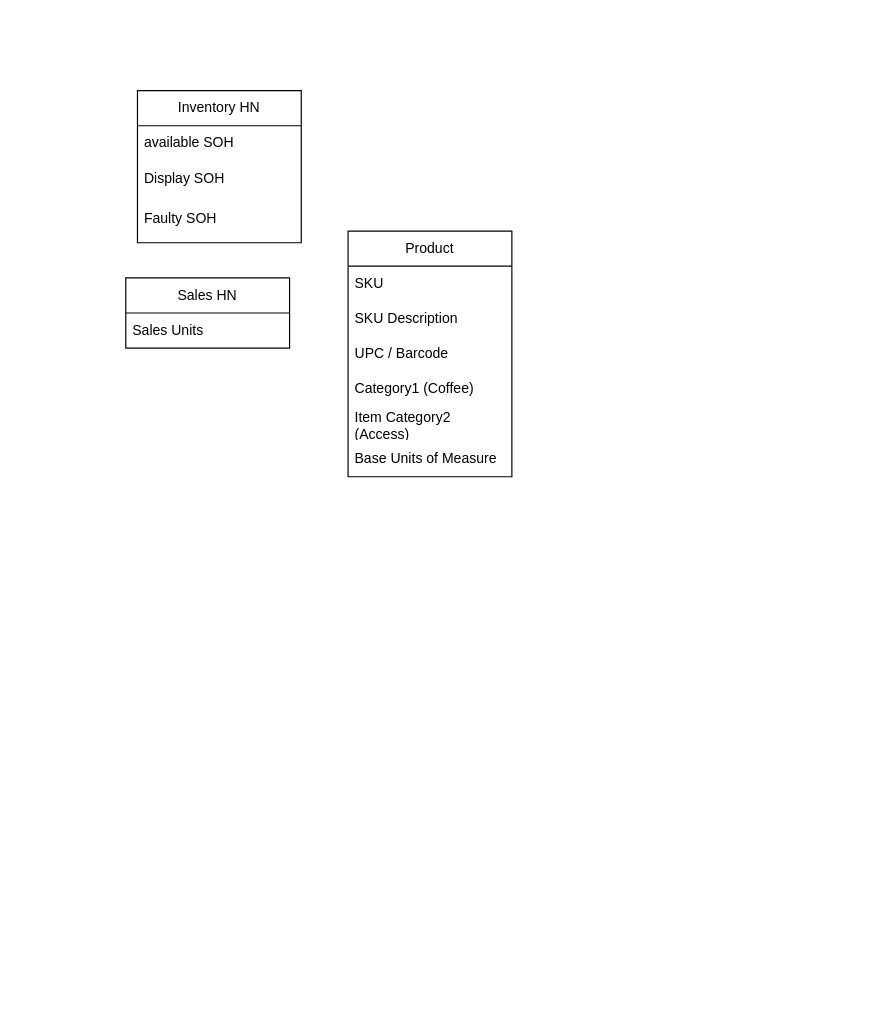
Before: Jura.drawio in Ben47happyday/ben, a draw.io diagram. Source tidied: cells renumbered, new cells numbered last; positions are measured from the earlier drawing's top-left corner, leaving out a move shared by most shapes. Both pictures are drawn from the tidied source at 117%, with x=0, y=0 at pixel (125, 90).
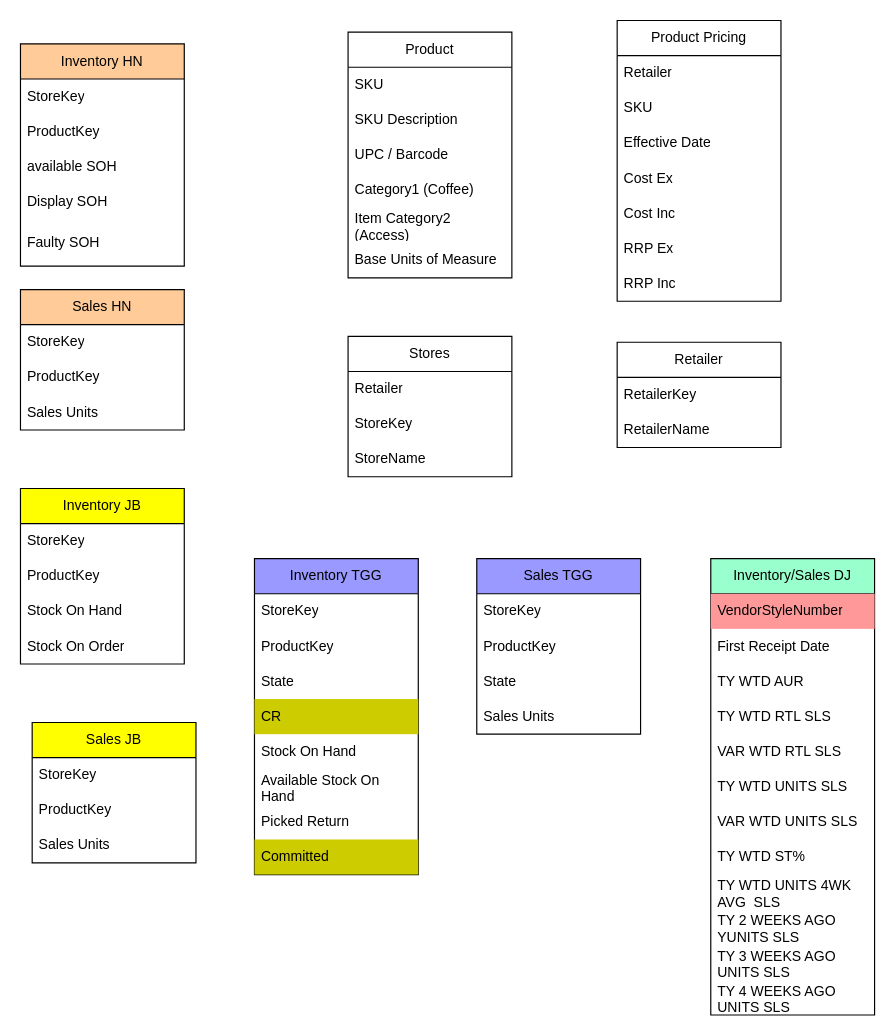
Above is the later version.

The edit, as a diff of the source:
```diff
@@
-    <mxCell id="2" value="Inventory HN" style="swimlane;fontStyle=0;horizontal=1;startSize=30;whiteSpace=wrap;html=1;" parent="1" vertex="1">
-      <mxGeometry x="10" width="140" height="130" as="geometry" />
+    <mxCell id="2" value="Inventory HN" style="swimlane;fontStyle=0;horizontal=1;startSize=30;whiteSpace=wrap;html=1;fillColor=#FFCC99;" parent="1" vertex="1">
+      <mxGeometry x="-90" y="-40" width="140" height="190" as="geometry" />
     </mxCell>
+    <mxCell id="15" value="StoreKey" style="text;strokeColor=none;fillColor=none;align=left;verticalAlign=middle;spacingLeft=4;spacingRight=4;overflow=hidden;whiteSpace=wrap;html=1;" parent="2" vertex="1">
+      <mxGeometry y="30" width="140" height="30" as="geometry" />
+    </mxCell>
-    <mxCell id="3" value="available SOH" style="text;strokeColor=none;fillColor=none;align=left;verticalAlign=middle;spacingLeft=4;spacingRight=4;overflow=hidden;whiteSpace=wrap;html=1;" parent="2" vertex="1">
-      <mxGeometry y="30" width="140" height="30" as="geometry" />
+    <mxCell id="3" value="ProductKey" style="text;strokeColor=none;fillColor=none;align=left;verticalAlign=middle;spacingLeft=4;spacingRight=4;overflow=hidden;whiteSpace=wrap;html=1;" parent="2" vertex="1">
+      <mxGeometry y="60" width="140" height="30" as="geometry" />
     </mxCell>
+    <mxCell id="16" value="available SOH" style="text;strokeColor=none;fillColor=none;align=left;verticalAlign=middle;spacingLeft=4;spacingRight=4;overflow=hidden;whiteSpace=wrap;html=1;" parent="2" vertex="1">
+      <mxGeometry y="90" width="140" height="30" as="geometry" />
+    </mxCell>
     <mxCell id="4" value="Display SOH" style="text;strokeColor=none;fillColor=none;align=left;verticalAlign=middle;spacingLeft=4;spacingRight=4;overflow=hidden;whiteSpace=wrap;html=1;" parent="2" vertex="1">
-      <mxGeometry y="60" width="140" height="30" as="geometry" />
+      <mxGeometry y="120" width="140" height="30" as="geometry" />
     </mxCell>
     <mxCell id="5" value="Faulty SOH" style="text;strokeColor=none;fillColor=none;align=left;verticalAlign=middle;spacingLeft=4;spacingRight=4;overflow=hidden;whiteSpace=wrap;html=1;" parent="2" vertex="1">
-      <mxGeometry y="90" width="140" height="40" as="geometry" />
+      <mxGeometry y="150" width="140" height="40" as="geometry" />
     </mxCell>
-    <mxCell id="6" value="Sales HN" style="swimlane;fontStyle=0;horizontal=1;startSize=30;whiteSpace=wrap;html=1;" parent="1" vertex="1">
-      <mxGeometry y="160" width="140" height="60" as="geometry" />
+    <mxCell id="6" value="Sales HN" style="swimlane;fontStyle=0;horizontal=1;startSize=30;whiteSpace=wrap;html=1;fillColor=#FFCC99;" parent="1" vertex="1">
+      <mxGeometry x="-90" y="170" width="140" height="120" as="geometry" />
     </mxCell>
-    <mxCell id="7" value="Sales Units" style="text;strokeColor=none;fillColor=none;align=left;verticalAlign=middle;spacingLeft=4;spacingRight=4;overflow=hidden;whiteSpace=wrap;html=1;" parent="6" vertex="1">
+    <mxCell id="7" value="StoreKey" style="text;strokeColor=none;fillColor=none;align=left;verticalAlign=middle;spacingLeft=4;spacingRight=4;overflow=hidden;whiteSpace=wrap;html=1;" parent="6" vertex="1">
       <mxGeometry y="30" width="140" height="30" as="geometry" />
     </mxCell>
+    <mxCell id="17" value="ProductKey" style="text;strokeColor=none;fillColor=none;align=left;verticalAlign=middle;spacingLeft=4;spacingRight=4;overflow=hidden;whiteSpace=wrap;html=1;" parent="6" vertex="1">
+      <mxGeometry y="60" width="140" height="30" as="geometry" />
+    </mxCell>
+    <mxCell id="18" value="Sales Units" style="text;strokeColor=none;fillColor=none;align=left;verticalAlign=middle;spacingLeft=4;spacingRight=4;overflow=hidden;whiteSpace=wrap;html=1;" parent="6" vertex="1">
+      <mxGeometry y="90" width="140" height="30" as="geometry" />
+    </mxCell>
     <mxCell id="8" value="Product" style="swimlane;fontStyle=0;horizontal=1;startSize=30;whiteSpace=wrap;html=1;" parent="1" vertex="1">
-      <mxGeometry x="190" y="120" width="140" height="210" as="geometry" />
+      <mxGeometry x="190" y="-50" width="140" height="210" as="geometry" />
     </mxCell>
@@
+    <mxCell id="19" value="Product Pricing" style="swimlane;fontStyle=0;horizontal=1;startSize=30;whiteSpace=wrap;html=1;" parent="1" vertex="1">
+      <mxGeometry x="420" y="-60" width="140" height="240" as="geometry" />
+    </mxCell>
+    <mxCell id="20" value="Retailer" style="text;strokeColor=none;fillColor=none;align=left;verticalAlign=middle;spacingLeft=4;spacingRight=4;overflow=hidden;whiteSpace=wrap;html=1;" parent="19" vertex="1">
+      <mxGeometry y="30" width="140" height="30" as="geometry" />
+    </mxCell>
+    <mxCell id="21" value="SKU" style="text;strokeColor=none;fillColor=none;align=left;verticalAlign=middle;spacingLeft=4;spacingRight=4;overflow=hidden;whiteSpace=wrap;html=1;" parent="19" vertex="1">
+      <mxGeometry y="60" width="140" height="30" as="geometry" />
+    </mxCell>
+    <mxCell id="22" value="Effective Date" style="text;strokeColor=none;fillColor=none;align=left;verticalAlign=middle;spacingLeft=4;spacingRight=4;overflow=hidden;whiteSpace=wrap;html=1;" parent="19" vertex="1">
+      <mxGeometry y="90" width="140" height="30" as="geometry" />
+    </mxCell>
+    <mxCell id="23" value="Cost Ex" style="text;strokeColor=none;fillColor=none;align=left;verticalAlign=middle;spacingLeft=4;spacingRight=4;overflow=hidden;whiteSpace=wrap;html=1;" parent="19" vertex="1">
+      <mxGeometry y="120" width="140" height="30" as="geometry" />
+    </mxCell>
+    <mxCell id="24" value="Cost Inc" style="text;strokeColor=none;fillColor=none;align=left;verticalAlign=middle;spacingLeft=4;spacingRight=4;overflow=hidden;whiteSpace=wrap;html=1;" parent="19" vertex="1">
+      <mxGeometry y="150" width="140" height="30" as="geometry" />
+    </mxCell>
+    <mxCell id="25" value="RRP Ex" style="text;strokeColor=none;fillColor=none;align=left;verticalAlign=middle;spacingLeft=4;spacingRight=4;overflow=hidden;whiteSpace=wrap;html=1;" parent="19" vertex="1">
+      <mxGeometry y="180" width="140" height="30" as="geometry" />
+    </mxCell>
+    <mxCell id="26" value="RRP Inc" style="text;strokeColor=none;fillColor=none;align=left;verticalAlign=middle;spacingLeft=4;spacingRight=4;overflow=hidden;whiteSpace=wrap;html=1;" parent="19" vertex="1">
+      <mxGeometry y="210" width="140" height="30" as="geometry" />
+    </mxCell>
+    <mxCell id="27" value="Stores" style="swimlane;fontStyle=0;horizontal=1;startSize=30;whiteSpace=wrap;html=1;" parent="1" vertex="1">
+      <mxGeometry x="190" y="210" width="140" height="120" as="geometry" />
+    </mxCell>
+    <mxCell id="28" value="Retailer" style="text;strokeColor=none;fillColor=none;align=left;verticalAlign=middle;spacingLeft=4;spacingRight=4;overflow=hidden;whiteSpace=wrap;html=1;" parent="27" vertex="1">
+      <mxGeometry y="30" width="140" height="30" as="geometry" />
+    </mxCell>
+    <mxCell id="29" value="StoreKey" style="text;strokeColor=none;fillColor=none;align=left;verticalAlign=middle;spacingLeft=4;spacingRight=4;overflow=hidden;whiteSpace=wrap;html=1;" parent="27" vertex="1">
+      <mxGeometry y="60" width="140" height="30" as="geometry" />
+    </mxCell>
+    <mxCell id="30" value="StoreName" style="text;strokeColor=none;fillColor=none;align=left;verticalAlign=middle;spacingLeft=4;spacingRight=4;overflow=hidden;whiteSpace=wrap;html=1;" parent="27" vertex="1">
+      <mxGeometry y="90" width="140" height="30" as="geometry" />
+    </mxCell>
+    <mxCell id="31" value="Retailer" style="swimlane;fontStyle=0;horizontal=1;startSize=30;whiteSpace=wrap;html=1;" parent="1" vertex="1">
+      <mxGeometry x="420" y="215" width="140" height="90" as="geometry" />
+    </mxCell>
+    <mxCell id="32" value="RetailerKey" style="text;strokeColor=none;fillColor=none;align=left;verticalAlign=middle;spacingLeft=4;spacingRight=4;overflow=hidden;whiteSpace=wrap;html=1;" parent="31" vertex="1">
+      <mxGeometry y="30" width="140" height="30" as="geometry" />
+    </mxCell>
+    <mxCell id="33" value="RetailerName" style="text;strokeColor=none;fillColor=none;align=left;verticalAlign=middle;spacingLeft=4;spacingRight=4;overflow=hidden;whiteSpace=wrap;html=1;" parent="31" vertex="1">
+      <mxGeometry y="60" width="140" height="30" as="geometry" />
+    </mxCell>
+    <mxCell id="34" value="Inventory JB" style="swimlane;fontStyle=0;horizontal=1;startSize=30;whiteSpace=wrap;html=1;fillColor=#FFFF00;" parent="1" vertex="1">
+      <mxGeometry x="-90" y="340" width="140" height="150" as="geometry" />
+    </mxCell>
+    <mxCell id="35" value="StoreKey" style="text;strokeColor=none;fillColor=none;align=left;verticalAlign=middle;spacingLeft=4;spacingRight=4;overflow=hidden;whiteSpace=wrap;html=1;" parent="34" vertex="1">
+      <mxGeometry y="30" width="140" height="30" as="geometry" />
+    </mxCell>
+    <mxCell id="36" value="ProductKey" style="text;strokeColor=none;fillColor=none;align=left;verticalAlign=middle;spacingLeft=4;spacingRight=4;overflow=hidden;whiteSpace=wrap;html=1;" parent="34" vertex="1">
+      <mxGeometry y="60" width="140" height="30" as="geometry" />
+    </mxCell>
+    <mxCell id="37" value="Stock On Hand" style="text;strokeColor=none;fillColor=none;align=left;verticalAlign=middle;spacingLeft=4;spacingRight=4;overflow=hidden;whiteSpace=wrap;html=1;" parent="34" vertex="1">
+      <mxGeometry y="90" width="140" height="30" as="geometry" />
+    </mxCell>
+    <mxCell id="38" value="Stock On Order" style="text;strokeColor=none;fillColor=none;align=left;verticalAlign=middle;spacingLeft=4;spacingRight=4;overflow=hidden;whiteSpace=wrap;html=1;" parent="34" vertex="1">
+      <mxGeometry y="120" width="140" height="30" as="geometry" />
+    </mxCell>
+    <mxCell id="39" value="Sales JB" style="swimlane;fontStyle=0;horizontal=1;startSize=30;whiteSpace=wrap;html=1;fillColor=#FFFF00;" parent="1" vertex="1">
+      <mxGeometry x="-80" y="540" width="140" height="120" as="geometry" />
+    </mxCell>
+    <mxCell id="40" value="StoreKey" style="text;strokeColor=none;fillColor=none;align=left;verticalAlign=middle;spacingLeft=4;spacingRight=4;overflow=hidden;whiteSpace=wrap;html=1;" parent="39" vertex="1">
+      <mxGeometry y="30" width="140" height="30" as="geometry" />
+    </mxCell>
+    <mxCell id="41" value="ProductKey" style="text;strokeColor=none;fillColor=none;align=left;verticalAlign=middle;spacingLeft=4;spacingRight=4;overflow=hidden;whiteSpace=wrap;html=1;" parent="39" vertex="1">
+      <mxGeometry y="60" width="140" height="30" as="geometry" />
+    </mxCell>
+    <mxCell id="42" value="Sales Units" style="text;strokeColor=none;fillColor=none;align=left;verticalAlign=middle;spacingLeft=4;spacingRight=4;overflow=hidden;whiteSpace=wrap;html=1;" parent="39" vertex="1">
+      <mxGeometry y="90" width="140" height="30" as="geometry" />
+    </mxCell>
+    <mxCell id="43" value="Inventory TGG" style="swimlane;fontStyle=0;horizontal=1;startSize=30;whiteSpace=wrap;html=1;fillColor=#9999FF;" parent="1" vertex="1">
+      <mxGeometry x="110" y="400" width="140" height="270" as="geometry" />
+    </mxCell>
+    <mxCell id="44" value="StoreKey" style="text;strokeColor=none;fillColor=none;align=left;verticalAlign=middle;spacingLeft=4;spacingRight=4;overflow=hidden;whiteSpace=wrap;html=1;" parent="43" vertex="1">
+      <mxGeometry y="30" width="140" height="30" as="geometry" />
+    </mxCell>
+    <mxCell id="45" value="ProductKey" style="text;strokeColor=none;fillColor=none;align=left;verticalAlign=middle;spacingLeft=4;spacingRight=4;overflow=hidden;whiteSpace=wrap;html=1;" parent="43" vertex="1">
+      <mxGeometry y="60" width="140" height="30" as="geometry" />
+    </mxCell>
+    <mxCell id="46" value="State" style="text;strokeColor=none;fillColor=none;align=left;verticalAlign=middle;spacingLeft=4;spacingRight=4;overflow=hidden;whiteSpace=wrap;html=1;" parent="43" vertex="1">
+      <mxGeometry y="90" width="140" height="30" as="geometry" />
+    </mxCell>
+    <mxCell id="47" value="CR" style="text;strokeColor=none;fillColor=#CCCC00;align=left;verticalAlign=middle;spacingLeft=4;spacingRight=4;overflow=hidden;whiteSpace=wrap;html=1;" parent="43" vertex="1">
+      <mxGeometry y="120" width="140" height="30" as="geometry" />
+    </mxCell>
+    <mxCell id="48" value="Stock On Hand" style="text;strokeColor=none;fillColor=none;align=left;verticalAlign=middle;spacingLeft=4;spacingRight=4;overflow=hidden;whiteSpace=wrap;html=1;" parent="43" vertex="1">
+      <mxGeometry y="150" width="140" height="30" as="geometry" />
+    </mxCell>
+    <mxCell id="49" value="Available Stock On Hand" style="text;strokeColor=none;fillColor=none;align=left;verticalAlign=middle;spacingLeft=4;spacingRight=4;overflow=hidden;whiteSpace=wrap;html=1;" parent="43" vertex="1">
+      <mxGeometry y="180" width="140" height="30" as="geometry" />
+    </mxCell>
+    <mxCell id="50" value="Picked Return" style="text;strokeColor=none;fillColor=none;align=left;verticalAlign=middle;spacingLeft=4;spacingRight=4;overflow=hidden;whiteSpace=wrap;html=1;" parent="43" vertex="1">
+      <mxGeometry y="210" width="140" height="30" as="geometry" />
+    </mxCell>
+    <mxCell id="51" value="Committed" style="text;strokeColor=none;fillColor=#CCCC00;align=left;verticalAlign=middle;spacingLeft=4;spacingRight=4;overflow=hidden;whiteSpace=wrap;html=1;" parent="43" vertex="1">
+      <mxGeometry y="240" width="140" height="30" as="geometry" />
+    </mxCell>
+    <mxCell id="52" value="Sales TGG" style="swimlane;fontStyle=0;horizontal=1;startSize=30;whiteSpace=wrap;html=1;fillColor=#9999FF;" parent="1" vertex="1">
+      <mxGeometry x="300" y="400" width="140" height="150" as="geometry" />
+    </mxCell>
+    <mxCell id="53" value="StoreKey" style="text;strokeColor=none;fillColor=none;align=left;verticalAlign=middle;spacingLeft=4;spacingRight=4;overflow=hidden;whiteSpace=wrap;html=1;" parent="52" vertex="1">
+      <mxGeometry y="30" width="140" height="30" as="geometry" />
+    </mxCell>
+    <mxCell id="54" value="ProductKey" style="text;strokeColor=none;fillColor=none;align=left;verticalAlign=middle;spacingLeft=4;spacingRight=4;overflow=hidden;whiteSpace=wrap;html=1;" parent="52" vertex="1">
+      <mxGeometry y="60" width="140" height="30" as="geometry" />
+    </mxCell>
+    <mxCell id="55" value="State" style="text;strokeColor=none;fillColor=none;align=left;verticalAlign=middle;spacingLeft=4;spacingRight=4;overflow=hidden;whiteSpace=wrap;html=1;" parent="52" vertex="1">
+      <mxGeometry y="90" width="140" height="30" as="geometry" />
+    </mxCell>
+    <mxCell id="56" value="Sales Units" style="text;strokeColor=none;fillColor=none;align=left;verticalAlign=middle;spacingLeft=4;spacingRight=4;overflow=hidden;whiteSpace=wrap;html=1;" parent="52" vertex="1">
+      <mxGeometry y="120" width="140" height="30" as="geometry" />
+    </mxCell>
+    <mxCell id="57" value="Inventory/Sales DJ" style="swimlane;fontStyle=0;horizontal=1;startSize=30;whiteSpace=wrap;html=1;fillColor=#99FFCC;" parent="1" vertex="1">
+      <mxGeometry x="500" y="400" width="140" height="390" as="geometry" />
+    </mxCell>
+    <mxCell id="58" value="VendorStyleNumber" style="text;strokeColor=none;fillColor=#FF9999;align=left;verticalAlign=middle;spacingLeft=4;spacingRight=4;overflow=hidden;whiteSpace=wrap;html=1;" parent="57" vertex="1">
+      <mxGeometry y="30" width="140" height="30" as="geometry" />
+    </mxCell>
+    <mxCell id="59" value="First Receipt Date" style="text;strokeColor=none;fillColor=none;align=left;verticalAlign=middle;spacingLeft=4;spacingRight=4;overflow=hidden;whiteSpace=wrap;html=1;" parent="57" vertex="1">
+      <mxGeometry y="60" width="140" height="30" as="geometry" />
+    </mxCell>
+    <mxCell id="60" value="TY WTD AUR" style="text;strokeColor=none;fillColor=none;align=left;verticalAlign=middle;spacingLeft=4;spacingRight=4;overflow=hidden;whiteSpace=wrap;html=1;" parent="57" vertex="1">
+      <mxGeometry y="90" width="140" height="30" as="geometry" />
+    </mxCell>
+    <mxCell id="61" value="TY WTD RTL SLS" style="text;strokeColor=none;fillColor=none;align=left;verticalAlign=middle;spacingLeft=4;spacingRight=4;overflow=hidden;whiteSpace=wrap;html=1;" parent="57" vertex="1">
+      <mxGeometry y="120" width="140" height="30" as="geometry" />
+    </mxCell>
+    <mxCell id="62" value="VAR WTD RTL SLS" style="text;strokeColor=none;fillColor=none;align=left;verticalAlign=middle;spacingLeft=4;spacingRight=4;overflow=hidden;whiteSpace=wrap;html=1;" parent="57" vertex="1">
+      <mxGeometry y="150" width="140" height="30" as="geometry" />
+    </mxCell>
+    <mxCell id="63" value="TY WTD UNITS SLS" style="text;strokeColor=none;fillColor=none;align=left;verticalAlign=middle;spacingLeft=4;spacingRight=4;overflow=hidden;whiteSpace=wrap;html=1;" parent="57" vertex="1">
+      <mxGeometry y="180" width="140" height="30" as="geometry" />
+    </mxCell>
+    <mxCell id="64" value="VAR WTD UNITS SLS" style="text;strokeColor=none;fillColor=none;align=left;verticalAlign=middle;spacingLeft=4;spacingRight=4;overflow=hidden;whiteSpace=wrap;html=1;" parent="57" vertex="1">
+      <mxGeometry y="210" width="140" height="30" as="geometry" />
+    </mxCell>
+    <mxCell id="65" value="TY WTD ST%" style="text;strokeColor=none;fillColor=none;align=left;verticalAlign=middle;spacingLeft=4;spacingRight=4;overflow=hidden;whiteSpace=wrap;html=1;" parent="57" vertex="1">
+      <mxGeometry y="240" width="140" height="30" as="geometry" />
+    </mxCell>
+    <mxCell id="66" value="TY WTD UNITS 4WK AVG&amp;nbsp; SLS" style="text;strokeColor=none;fillColor=none;align=left;verticalAlign=middle;spacingLeft=4;spacingRight=4;overflow=hidden;whiteSpace=wrap;html=1;" parent="57" vertex="1">
+      <mxGeometry y="270" width="140" height="30" as="geometry" />
+    </mxCell>
+    <mxCell id="67" value="TY 2 WEEKS AGO YUNITS SLS" style="text;strokeColor=none;fillColor=none;align=left;verticalAlign=middle;spacingLeft=4;spacingRight=4;overflow=hidden;whiteSpace=wrap;html=1;" parent="57" vertex="1">
+      <mxGeometry y="300" width="140" height="30" as="geometry" />
+    </mxCell>
+    <mxCell id="68" value="TY 3 WEEKS AGO UNITS SLS" style="text;strokeColor=none;fillColor=none;align=left;verticalAlign=middle;spacingLeft=4;spacingRight=4;overflow=hidden;whiteSpace=wrap;html=1;" parent="57" vertex="1">
+      <mxGeometry y="330" width="140" height="30" as="geometry" />
+    </mxCell>
+    <mxCell id="69" value="TY 4 WEEKS AGO UNITS SLS" style="text;strokeColor=none;fillColor=none;align=left;verticalAlign=middle;spacingLeft=4;spacingRight=4;overflow=hidden;whiteSpace=wrap;html=1;" parent="57" vertex="1">
+      <mxGeometry y="360" width="140" height="30" as="geometry" />
+    </mxCell>
```
